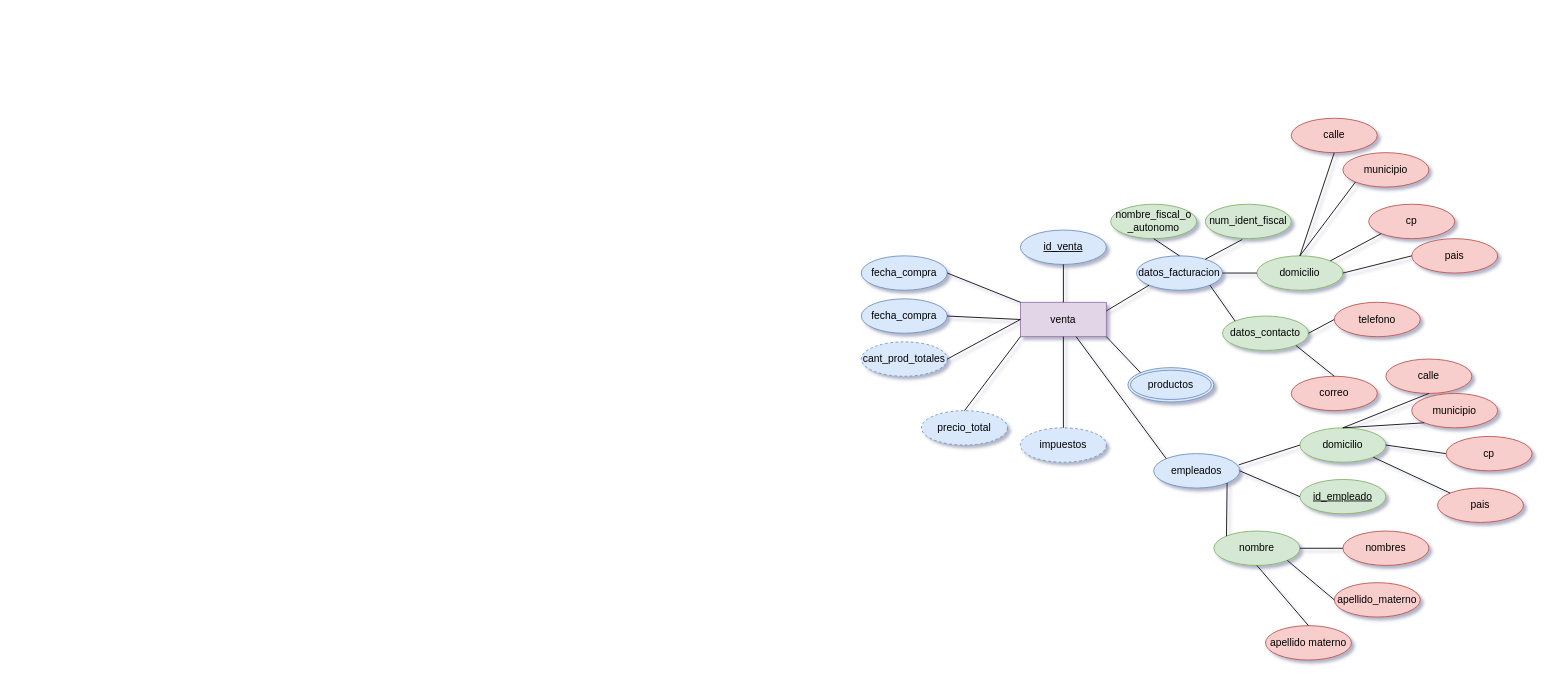
This is chen sistema venta de libros.drawio from axelrodriguez51/sistema_venta_libros, a draw.io file, before an edit. Source tidied: cells renumbered, new cells numbered last; positions are measured from the earlier drawing's top-left corner, leaving out a move shared by most shapes. Both pictures are drawn from the tidied source at 86%, with x=0, y=0 at pixel (861, 118).
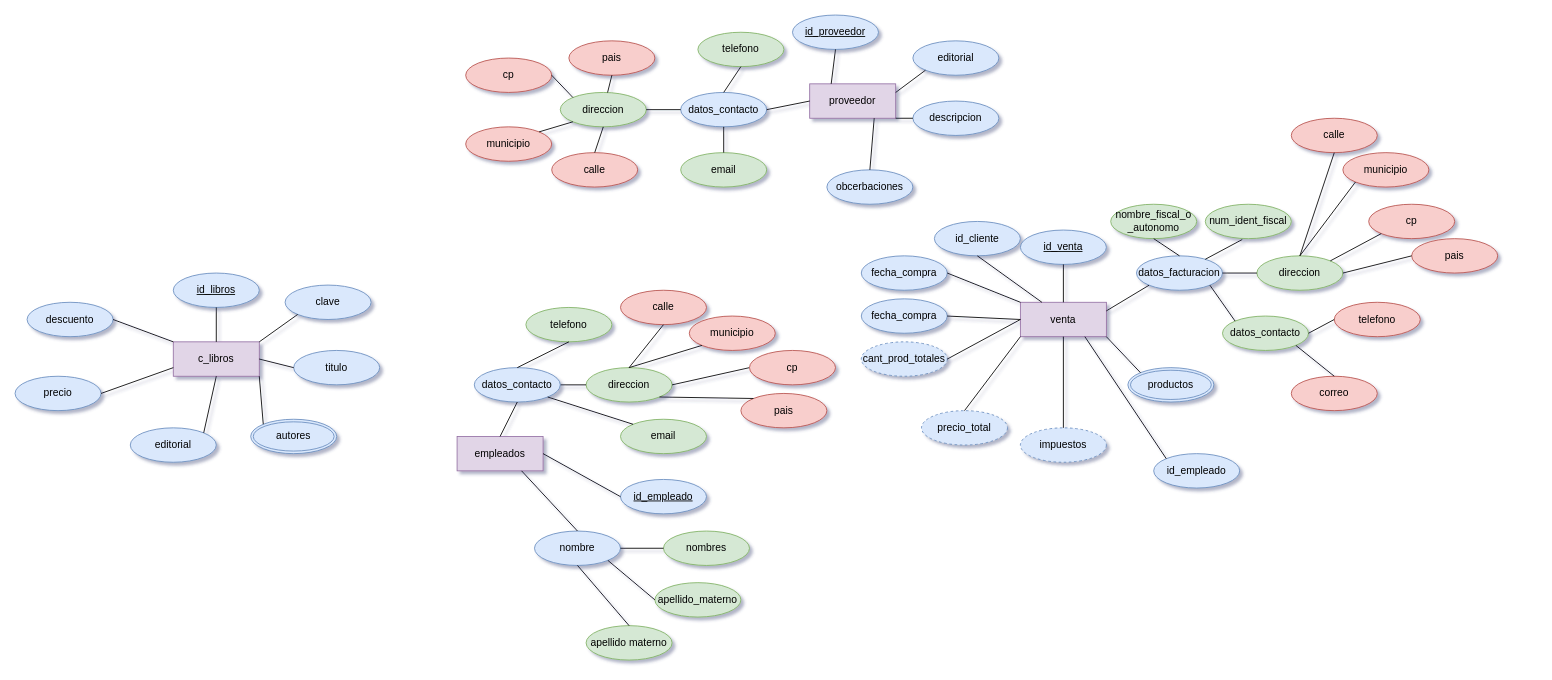
The same page after the edit.

Commit message (it also covers changes not shown here):
agregamos mas entidades

The change refers to these unchanged cells:
```xml
<mxCell id="2" value="venta" style="whiteSpace=wrap;html=1;align=center;fillColor=#e1d5e7;strokeColor=#9673a6;" parent="1" vertex="1">
  <mxGeometry x="185" y="214" width="100" height="40" as="geometry" />
</mxCell>
```

Diff of the diagram source:
```diff
@@
-    <mxCell id="11" value="domicilio" style="ellipse;whiteSpace=wrap;html=1;align=center;fillColor=#d5e8d4;strokeColor=#82b366;" parent="1" vertex="1">
+    <mxCell id="11" value="direccion" style="ellipse;whiteSpace=wrap;html=1;align=center;fillColor=#d5e8d4;strokeColor=#82b366;" parent="1" vertex="1">
       <mxGeometry x="460" y="160" width="100" height="40" as="geometry" />
     </mxCell>
@@
-    <mxCell id="39" value="empleados" style="ellipse;whiteSpace=wrap;html=1;align=center;fillColor=#dae8fc;strokeColor=#6c8ebf;" parent="1" vertex="1">
-      <mxGeometry x="340" y="390" width="100" height="40" as="geometry" />
-    </mxCell>
-    <mxCell id="40" style="endArrow=none;html=1;rounded=0;entryX=0;entryY=0;entryDx=0;entryDy=0;" parent="1" edge="1" source="2" target="39">
-      <mxGeometry relative="1" as="geometry" />
-    </mxCell>
-    <mxCell id="41" value="id_empleado" style="ellipse;whiteSpace=wrap;html=1;align=center;fontStyle=4;fillColor=#d5e8d4;strokeColor=#82b366;" parent="1" vertex="1">
-      <mxGeometry x="510" y="420" width="100" height="40" as="geometry" />
-    </mxCell>
+    <mxCell id="61" value="id_cliente" style="ellipse;whiteSpace=wrap;html=1;align=center;fillColor=#dae8fc;strokeColor=#6c8ebf;" parent="1" vertex="1">
+      <mxGeometry x="85" y="120" width="100" height="40" as="geometry" />
+    </mxCell>
+    <mxCell id="62" style="endArrow=none;html=1;rounded=0;exitX=0.5;exitY=1;exitDx=0;exitDy=0;entryX=0.25;entryY=0;entryDx=0;entryDy=0;" parent="1" edge="1" source="61" target="2">
+      <mxGeometry relative="1" as="geometry" />
+    </mxCell>
+    <mxCell id="63" value="id_empleado" style="ellipse;whiteSpace=wrap;html=1;align=center;fillColor=#dae8fc;strokeColor=#6c8ebf;" parent="1" vertex="1">
+      <mxGeometry x="340" y="390" width="100" height="40" as="geometry" />
+    </mxCell>
+    <mxCell id="64" style="endArrow=none;html=1;rounded=0;exitX=0.75;exitY=1;exitDx=0;exitDy=0;entryX=0;entryY=0;entryDx=0;entryDy=0;" parent="1" edge="1" source="2" target="63">
+      <mxGeometry relative="1" as="geometry" />
+    </mxCell>
+    <mxCell id="65" value="id_empleado" style="ellipse;whiteSpace=wrap;html=1;align=center;fontStyle=4;fillColor=#dae8fc;strokeColor=#6c8ebf;" parent="1" vertex="1">
+      <mxGeometry x="-280" y="420" width="100" height="40" as="geometry" />
+    </mxCell>
-    <mxCell id="42" value="nombre" style="ellipse;whiteSpace=wrap;html=1;align=center;fillColor=#d5e8d4;strokeColor=#82b366;" parent="1" vertex="1">
-      <mxGeometry x="410" y="480" width="100" height="40" as="geometry" />
+    <mxCell id="42" value="nombre" style="ellipse;whiteSpace=wrap;html=1;align=center;fillColor=#dae8fc;strokeColor=#6c8ebf;" parent="1" vertex="1">
+      <mxGeometry x="-380" y="480" width="100" height="40" as="geometry" />
     </mxCell>
-    <mxCell id="43" value="nombres" style="ellipse;whiteSpace=wrap;html=1;align=center;fillColor=#f8cecc;strokeColor=#b85450;" parent="1" vertex="1">
-      <mxGeometry x="560" y="480" width="100" height="40" as="geometry" />
+    <mxCell id="43" value="nombres" style="ellipse;whiteSpace=wrap;html=1;align=center;fillColor=#d5e8d4;strokeColor=#82b366;" parent="1" vertex="1">
+      <mxGeometry x="-230" y="480" width="100" height="40" as="geometry" />
     </mxCell>
-    <mxCell id="44" value="apellido_materno" style="ellipse;whiteSpace=wrap;html=1;align=center;fillColor=#f8cecc;strokeColor=#b85450;" parent="1" vertex="1">
-      <mxGeometry x="550" y="540" width="100" height="40" as="geometry" />
+    <mxCell id="44" value="apellido_materno" style="ellipse;whiteSpace=wrap;html=1;align=center;fillColor=#d5e8d4;strokeColor=#82b366;" parent="1" vertex="1">
+      <mxGeometry x="-240" y="540" width="100" height="40" as="geometry" />
     </mxCell>
-    <mxCell id="45" value="apellido materno" style="ellipse;whiteSpace=wrap;html=1;align=center;fillColor=#f8cecc;strokeColor=#b85450;" parent="1" vertex="1">
-      <mxGeometry x="470" y="590" width="100" height="40" as="geometry" />
+    <mxCell id="45" value="apellido materno" style="ellipse;whiteSpace=wrap;html=1;align=center;fillColor=#d5e8d4;strokeColor=#82b366;" parent="1" vertex="1">
+      <mxGeometry x="-320" y="590" width="100" height="40" as="geometry" />
     </mxCell>
@@
+    <mxCell id="66" value="pais" style="ellipse;whiteSpace=wrap;html=1;align=center;fillColor=#f8cecc;strokeColor=#b85450;" parent="1" vertex="1">
+      <mxGeometry x="-140" y="320" width="100" height="40" as="geometry" />
+    </mxCell>
+    <mxCell id="67" value="municipio" style="ellipse;whiteSpace=wrap;html=1;align=center;fillColor=#f8cecc;strokeColor=#b85450;" parent="1" vertex="1">
+      <mxGeometry x="-200" y="230" width="100" height="40" as="geometry" />
+    </mxCell>
+    <mxCell id="68" value="calle" style="ellipse;whiteSpace=wrap;html=1;align=center;fillColor=#f8cecc;strokeColor=#b85450;" parent="1" vertex="1">
+      <mxGeometry x="-280" y="200" width="100" height="40" as="geometry" />
+    </mxCell>
+    <mxCell id="69" value="direccion" style="ellipse;whiteSpace=wrap;html=1;align=center;fillColor=#d5e8d4;strokeColor=#82b366;" parent="1" vertex="1">
+      <mxGeometry x="-320" y="290" width="100" height="40" as="geometry" />
+    </mxCell>
+    <mxCell id="70" style="endArrow=none;html=1;rounded=0;exitX=0.5;exitY=1;exitDx=0;exitDy=0;entryX=0.5;entryY=0;entryDx=0;entryDy=0;" parent="1" edge="1" source="68" target="69">
+      <mxGeometry relative="1" as="geometry" />
+    </mxCell>
+    <mxCell id="71" style="endArrow=none;html=1;rounded=0;exitX=0;exitY=1;exitDx=0;exitDy=0;entryX=0.5;entryY=0;entryDx=0;entryDy=0;" parent="1" edge="1" source="67" target="69">
+      <mxGeometry relative="1" as="geometry" />
+    </mxCell>
+    <mxCell id="72" style="endArrow=none;html=1;rounded=0;exitX=0;exitY=0.5;exitDx=0;exitDy=0;entryX=1;entryY=0.5;entryDx=0;entryDy=0;" parent="1" edge="1" source="73" target="69">
+      <mxGeometry relative="1" as="geometry" />
+    </mxCell>
+    <mxCell id="73" value="cp" style="ellipse;whiteSpace=wrap;html=1;align=center;fillColor=#f8cecc;strokeColor=#b85450;" parent="1" vertex="1">
+      <mxGeometry x="-130" y="270" width="100" height="40" as="geometry" />
+    </mxCell>
+    <mxCell id="74" style="endArrow=none;html=1;rounded=0;entryX=0;entryY=0;entryDx=0;entryDy=0;exitX=1;exitY=1;exitDx=0;exitDy=0;" parent="1" edge="1" source="69" target="66">
+      <mxGeometry relative="1" as="geometry" />
+    </mxCell>
+    <mxCell id="39" value="empleados" style="whiteSpace=wrap;html=1;align=center;fillColor=#e1d5e7;strokeColor=#9673a6;" parent="1" vertex="1">
+      <mxGeometry x="-470" y="370" width="100" height="40" as="geometry" />
+    </mxCell>
+    <mxCell id="75" style="endArrow=none;html=1;rounded=0;exitX=1;exitY=0.5;exitDx=0;exitDy=0;entryX=0;entryY=0.5;entryDx=0;entryDy=0;" parent="1" edge="1" source="89" target="69">
+      <mxGeometry relative="1" as="geometry" />
+    </mxCell>
+    <mxCell id="76" style="endArrow=none;html=1;rounded=0;exitX=1;exitY=0.5;exitDx=0;exitDy=0;entryX=0;entryY=0.5;entryDx=0;entryDy=0;" parent="1" edge="1" source="39" target="65">
+      <mxGeometry relative="1" as="geometry" />
+    </mxCell>
-    <mxCell id="49" style="endArrow=none;html=1;rounded=0;entryX=0;entryY=0;entryDx=0;entryDy=0;exitX=1;exitY=1;exitDx=0;exitDy=0;" parent="1" edge="1" source="39" target="42">
+    <mxCell id="49" style="endArrow=none;html=1;rounded=0;exitX=0.75;exitY=1;exitDx=0;exitDy=0;entryX=0.5;entryY=0;entryDx=0;entryDy=0;" parent="1" edge="1" source="39" target="42">
       <mxGeometry relative="1" as="geometry" />
     </mxCell>
-    <mxCell id="50" style="endArrow=none;html=1;rounded=0;entryX=0;entryY=0.5;entryDx=0;entryDy=0;exitX=1;exitY=0.5;exitDx=0;exitDy=0;" parent="1" edge="1" source="39" target="41">
-      <mxGeometry relative="1" as="geometry" />
-    </mxCell>
-    <mxCell id="51" value="pais" style="ellipse;whiteSpace=wrap;html=1;align=center;fillColor=#f8cecc;strokeColor=#b85450;" parent="1" vertex="1">
-      <mxGeometry x="670" y="430" width="100" height="40" as="geometry" />
-    </mxCell>
-    <mxCell id="52" value="municipio" style="ellipse;whiteSpace=wrap;html=1;align=center;fillColor=#f8cecc;strokeColor=#b85450;" parent="1" vertex="1">
-      <mxGeometry x="640" y="320" width="100" height="40" as="geometry" />
-    </mxCell>
-    <mxCell id="53" value="calle" style="ellipse;whiteSpace=wrap;html=1;align=center;fillColor=#f8cecc;strokeColor=#b85450;" parent="1" vertex="1">
-      <mxGeometry x="610" y="280" width="100" height="40" as="geometry" />
-    </mxCell>
-    <mxCell id="54" value="domicilio" style="ellipse;whiteSpace=wrap;html=1;align=center;fillColor=#d5e8d4;strokeColor=#82b366;" parent="1" vertex="1">
-      <mxGeometry x="510" y="360" width="100" height="40" as="geometry" />
-    </mxCell>
-    <mxCell id="55" style="endArrow=none;html=1;rounded=0;exitX=0.5;exitY=1;exitDx=0;exitDy=0;entryX=0.5;entryY=0;entryDx=0;entryDy=0;" parent="1" edge="1" source="53" target="54">
-      <mxGeometry relative="1" as="geometry" />
-    </mxCell>
-    <mxCell id="56" style="endArrow=none;html=1;rounded=0;exitX=0;exitY=1;exitDx=0;exitDy=0;entryX=0.5;entryY=0;entryDx=0;entryDy=0;" parent="1" edge="1" source="52" target="54">
-      <mxGeometry relative="1" as="geometry" />
-    </mxCell>
-    <mxCell id="57" style="endArrow=none;html=1;rounded=0;exitX=0;exitY=0.5;exitDx=0;exitDy=0;entryX=1;entryY=0.5;entryDx=0;entryDy=0;" parent="1" edge="1" source="59" target="54">
-      <mxGeometry relative="1" as="geometry" />
-    </mxCell>
-    <mxCell id="58" style="endArrow=none;html=1;rounded=0;entryX=0;entryY=0.5;entryDx=0;entryDy=0;exitX=0.99;exitY=0.325;exitDx=0;exitDy=0;exitPerimeter=0;" parent="1" edge="1" source="39" target="54">
-      <mxGeometry relative="1" as="geometry" />
-    </mxCell>
-    <mxCell id="59" value="cp" style="ellipse;whiteSpace=wrap;html=1;align=center;fillColor=#f8cecc;strokeColor=#b85450;" parent="1" vertex="1">
-      <mxGeometry x="680" y="370" width="100" height="40" as="geometry" />
-    </mxCell>
-    <mxCell id="60" style="endArrow=none;html=1;rounded=0;entryX=0;entryY=0;entryDx=0;entryDy=0;exitX=1;exitY=1;exitDx=0;exitDy=0;" parent="1" edge="1" source="54" target="51">
-      <mxGeometry relative="1" as="geometry" />
-    </mxCell>
+    <mxCell id="77" value="proveedor" style="whiteSpace=wrap;html=1;align=center;fillColor=#e1d5e7;strokeColor=#9673a6;" parent="1" vertex="1">
+      <mxGeometry x="-60" y="-40" width="100" height="40" as="geometry" />
+    </mxCell>
+    <mxCell id="78" value="id_proveedor" style="ellipse;whiteSpace=wrap;html=1;align=center;fontStyle=4;fillColor=#dae8fc;strokeColor=#6c8ebf;" parent="1" vertex="1">
+      <mxGeometry x="-80" y="-120" width="100" height="40" as="geometry" />
+    </mxCell>
+    <mxCell id="79" value="editorial" style="ellipse;whiteSpace=wrap;html=1;align=center;fillColor=#dae8fc;strokeColor=#6c8ebf;" parent="1" vertex="1">
+      <mxGeometry x="60" y="-90" width="100" height="40" as="geometry" />
+    </mxCell>
+    <mxCell id="80" value="descripcion" style="ellipse;whiteSpace=wrap;html=1;align=center;fillColor=#dae8fc;strokeColor=#6c8ebf;" parent="1" vertex="1">
+      <mxGeometry x="60" y="-20" width="100" height="40" as="geometry" />
+    </mxCell>
+    <mxCell id="81" value="obcerbaciones" style="ellipse;whiteSpace=wrap;html=1;align=center;fillColor=#dae8fc;strokeColor=#6c8ebf;" parent="1" vertex="1">
+      <mxGeometry x="-40" y="60" width="100" height="40" as="geometry" />
+    </mxCell>
+    <mxCell id="82" style="endArrow=none;html=1;rounded=0;entryX=0.5;entryY=1;entryDx=0;entryDy=0;exitX=0.25;exitY=0;exitDx=0;exitDy=0;" parent="1" edge="1" source="77" target="78">
+      <mxGeometry relative="1" as="geometry" />
+    </mxCell>
+    <mxCell id="83" style="endArrow=none;html=1;rounded=0;entryX=0;entryY=1;entryDx=0;entryDy=0;exitX=1;exitY=0.25;exitDx=0;exitDy=0;" parent="1" edge="1" source="77" target="79">
+      <mxGeometry relative="1" as="geometry" />
+    </mxCell>
+    <mxCell id="84" style="endArrow=none;html=1;rounded=0;entryX=0;entryY=0.5;entryDx=0;entryDy=0;exitX=1;exitY=1;exitDx=0;exitDy=0;" parent="1" edge="1" source="77" target="80">
+      <mxGeometry relative="1" as="geometry" />
+    </mxCell>
+    <mxCell id="85" style="endArrow=none;html=1;rounded=0;exitX=0.75;exitY=1;exitDx=0;exitDy=0;entryX=0.5;entryY=0;entryDx=0;entryDy=0;" parent="1" edge="1" source="77" target="81">
+      <mxGeometry relative="1" as="geometry" />
+    </mxCell>
+    <mxCell id="86" value="datos_contacto" style="ellipse;whiteSpace=wrap;html=1;align=center;fillColor=#dae8fc;strokeColor=#6c8ebf;" parent="1" vertex="1">
+      <mxGeometry x="-210" y="-30" width="100" height="40" as="geometry" />
+    </mxCell>
+    <mxCell id="87" value="email" style="ellipse;whiteSpace=wrap;html=1;align=center;fillColor=#d5e8d4;strokeColor=#82b366;" parent="1" vertex="1">
+      <mxGeometry x="-210" y="40" width="100" height="40" as="geometry" />
+    </mxCell>
+    <mxCell id="88" value="telefono" style="ellipse;whiteSpace=wrap;html=1;align=center;fillColor=#d5e8d4;strokeColor=#82b366;" parent="1" vertex="1">
+      <mxGeometry x="-190" y="-100" width="100" height="40" as="geometry" />
+    </mxCell>
+    <mxCell id="89" value="datos_contacto" style="ellipse;whiteSpace=wrap;html=1;align=center;fillColor=#dae8fc;strokeColor=#6c8ebf;" parent="1" vertex="1">
+      <mxGeometry x="-450" y="290" width="100" height="40" as="geometry" />
+    </mxCell>
+    <mxCell id="90" style="endArrow=none;html=1;rounded=0;exitX=0.5;exitY=0;exitDx=0;exitDy=0;entryX=0.5;entryY=1;entryDx=0;entryDy=0;" parent="1" edge="1" source="39" target="89">
+      <mxGeometry relative="1" as="geometry" />
+    </mxCell>
+    <mxCell id="91" value="telefono" style="ellipse;whiteSpace=wrap;html=1;align=center;fillColor=#d5e8d4;strokeColor=#82b366;" parent="1" vertex="1">
+      <mxGeometry x="-390" y="220" width="100" height="40" as="geometry" />
+    </mxCell>
+    <mxCell id="92" value="email" style="ellipse;whiteSpace=wrap;html=1;align=center;fillColor=#d5e8d4;strokeColor=#82b366;" parent="1" vertex="1">
+      <mxGeometry x="-280" y="350" width="100" height="40" as="geometry" />
+    </mxCell>
+    <mxCell id="93" style="endArrow=none;html=1;rounded=0;exitX=0.5;exitY=0;exitDx=0;exitDy=0;entryX=0.5;entryY=1;entryDx=0;entryDy=0;" parent="1" edge="1" source="89" target="91">
+      <mxGeometry relative="1" as="geometry" />
+    </mxCell>
+    <mxCell id="94" style="endArrow=none;html=1;rounded=0;entryX=0;entryY=0;entryDx=0;entryDy=0;exitX=1;exitY=1;exitDx=0;exitDy=0;" parent="1" edge="1" source="89" target="92">
+      <mxGeometry relative="1" as="geometry" />
+    </mxCell>
+    <mxCell id="95" style="endArrow=none;html=1;rounded=0;entryX=0.5;entryY=0;entryDx=0;entryDy=0;exitX=0.5;exitY=1;exitDx=0;exitDy=0;" parent="1" edge="1" source="88" target="86">
+      <mxGeometry relative="1" as="geometry" />
+    </mxCell>
+    <mxCell id="96" style="endArrow=none;html=1;rounded=0;entryX=0;entryY=0.5;entryDx=0;entryDy=0;exitX=1;exitY=0.5;exitDx=0;exitDy=0;" parent="1" edge="1" source="86" target="77">
+      <mxGeometry relative="1" as="geometry" />
+    </mxCell>
+    <mxCell id="97" style="endArrow=none;html=1;rounded=0;exitX=0.5;exitY=1;exitDx=0;exitDy=0;entryX=0.5;entryY=0;entryDx=0;entryDy=0;" parent="1" edge="1" source="86" target="87">
+      <mxGeometry relative="1" as="geometry" />
+    </mxCell>
+    <mxCell id="98" value="direccion" style="ellipse;whiteSpace=wrap;html=1;align=center;fillColor=#d5e8d4;strokeColor=#82b366;" parent="1" vertex="1">
+      <mxGeometry x="-350" y="-30" width="100" height="40" as="geometry" />
+    </mxCell>
+    <mxCell id="99" value="calle" style="ellipse;whiteSpace=wrap;html=1;align=center;fillColor=#f8cecc;strokeColor=#b85450;" parent="1" vertex="1">
+      <mxGeometry x="-360" y="40" width="100" height="40" as="geometry" />
+    </mxCell>
+    <mxCell id="100" value="municipio" style="ellipse;whiteSpace=wrap;html=1;align=center;fillColor=#f8cecc;strokeColor=#b85450;" parent="1" vertex="1">
+      <mxGeometry x="-460" y="10" width="100" height="40" as="geometry" />
+    </mxCell>
+    <mxCell id="101" value="cp" style="ellipse;whiteSpace=wrap;html=1;align=center;fillColor=#f8cecc;strokeColor=#b85450;" parent="1" vertex="1">
+      <mxGeometry x="-460" y="-70" width="100" height="40" as="geometry" />
+    </mxCell>
+    <mxCell id="102" value="pais" style="ellipse;whiteSpace=wrap;html=1;align=center;fillColor=#f8cecc;strokeColor=#b85450;" parent="1" vertex="1">
+      <mxGeometry x="-340" y="-90" width="100" height="40" as="geometry" />
+    </mxCell>
+    <mxCell id="103" style="endArrow=none;html=1;rounded=0;entryX=0.5;entryY=1;entryDx=0;entryDy=0;exitX=0.5;exitY=0;exitDx=0;exitDy=0;" parent="1" edge="1" source="99" target="98">
+      <mxGeometry relative="1" as="geometry" />
+    </mxCell>
+    <mxCell id="104" style="endArrow=none;html=1;rounded=0;entryX=0;entryY=0.5;entryDx=0;entryDy=0;exitX=1;exitY=0.5;exitDx=0;exitDy=0;" parent="1" edge="1" source="98" target="86">
+      <mxGeometry relative="1" as="geometry" />
+    </mxCell>
+    <mxCell id="105" style="endArrow=none;html=1;rounded=0;entryX=0;entryY=1;entryDx=0;entryDy=0;exitX=1;exitY=0;exitDx=0;exitDy=0;" parent="1" edge="1" source="100" target="98">
+      <mxGeometry relative="1" as="geometry" />
+    </mxCell>
+    <mxCell id="106" style="endArrow=none;html=1;rounded=0;entryX=0;entryY=0;entryDx=0;entryDy=0;exitX=1;exitY=0.5;exitDx=0;exitDy=0;" parent="1" edge="1" source="101" target="98">
+      <mxGeometry relative="1" as="geometry" />
+    </mxCell>
+    <mxCell id="107" style="endArrow=none;html=1;rounded=0;entryX=0.5;entryY=1;entryDx=0;entryDy=0;" parent="1" edge="1" source="98" target="102">
+      <mxGeometry relative="1" as="geometry" />
+    </mxCell>
+    <mxCell id="108" value="c_libros" style="whiteSpace=wrap;html=1;align=center;fillColor=#e1d5e7;strokeColor=#9673a6;" parent="1" vertex="1">
+      <mxGeometry x="-800" y="260" width="100" height="40" as="geometry" />
+    </mxCell>
+    <mxCell id="109" value="id_libros" style="ellipse;whiteSpace=wrap;html=1;align=center;fontStyle=4;fillColor=#dae8fc;strokeColor=#6c8ebf;" parent="1" vertex="1">
+      <mxGeometry x="-800" y="180" width="100" height="40" as="geometry" />
+    </mxCell>
+    <mxCell id="110" value="clave" style="ellipse;whiteSpace=wrap;html=1;align=center;fillColor=#dae8fc;strokeColor=#6c8ebf;" parent="1" vertex="1">
+      <mxGeometry x="-670" y="194" width="100" height="40" as="geometry" />
+    </mxCell>
+    <mxCell id="111" value="titulo" style="ellipse;whiteSpace=wrap;html=1;align=center;fillColor=#dae8fc;strokeColor=#6c8ebf;" parent="1" vertex="1">
+      <mxGeometry x="-660" y="270" width="100" height="40" as="geometry" />
+    </mxCell>
+    <mxCell id="112" value="autores" style="ellipse;shape=doubleEllipse;margin=3;whiteSpace=wrap;html=1;align=center;fillColor=#dae8fc;strokeColor=#6c8ebf;" parent="1" vertex="1">
+      <mxGeometry x="-710" y="350" width="100" height="40" as="geometry" />
+    </mxCell>
+    <mxCell id="113" value="editorial" style="ellipse;whiteSpace=wrap;html=1;align=center;fillColor=#dae8fc;strokeColor=#6c8ebf;" parent="1" vertex="1">
+      <mxGeometry x="-850" y="360" width="100" height="40" as="geometry" />
+    </mxCell>
+    <mxCell id="114" value="precio" style="ellipse;whiteSpace=wrap;html=1;align=center;fillColor=#dae8fc;strokeColor=#6c8ebf;" parent="1" vertex="1">
+      <mxGeometry x="-984" y="300" width="100" height="40" as="geometry" />
+    </mxCell>
+    <mxCell id="115" value="descuento" style="ellipse;whiteSpace=wrap;html=1;align=center;fillColor=#dae8fc;strokeColor=#6c8ebf;" parent="1" vertex="1">
+      <mxGeometry x="-970" y="214" width="100" height="40" as="geometry" />
+    </mxCell>
+    <mxCell id="116" style="endArrow=none;html=1;rounded=0;exitX=0.5;exitY=1;exitDx=0;exitDy=0;entryX=0.5;entryY=0;entryDx=0;entryDy=0;" parent="1" edge="1" source="109" target="108">
+      <mxGeometry relative="1" as="geometry" />
+    </mxCell>
+    <mxCell id="117" style="endArrow=none;html=1;rounded=0;exitX=1;exitY=0;exitDx=0;exitDy=0;entryX=0;entryY=1;entryDx=0;entryDy=0;" parent="1" edge="1" source="108" target="110">
+      <mxGeometry relative="1" as="geometry" />
+    </mxCell>
+    <mxCell id="118" style="endArrow=none;html=1;rounded=0;entryX=0;entryY=0.5;entryDx=0;entryDy=0;exitX=1;exitY=0.5;exitDx=0;exitDy=0;" parent="1" edge="1" source="108" target="111">
+      <mxGeometry relative="1" as="geometry" />
+    </mxCell>
+    <mxCell id="119" style="endArrow=none;html=1;rounded=0;entryX=0;entryY=0;entryDx=0;entryDy=0;exitX=1;exitY=1;exitDx=0;exitDy=0;" parent="1" edge="1" source="108" target="112">
+      <mxGeometry relative="1" as="geometry" />
+    </mxCell>
+    <mxCell id="120" style="endArrow=none;html=1;rounded=0;exitX=0.5;exitY=1;exitDx=0;exitDy=0;entryX=1;entryY=0;entryDx=0;entryDy=0;" parent="1" edge="1" source="108" target="113">
+      <mxGeometry relative="1" as="geometry" />
+    </mxCell>
+    <mxCell id="121" style="endArrow=none;html=1;rounded=0;entryX=0;entryY=0.75;entryDx=0;entryDy=0;exitX=1;exitY=0.5;exitDx=0;exitDy=0;" parent="1" edge="1" source="114" target="108">
+      <mxGeometry relative="1" as="geometry" />
+    </mxCell>
+    <mxCell id="122" style="endArrow=none;html=1;rounded=0;entryX=0;entryY=0;entryDx=0;entryDy=0;exitX=1;exitY=0.5;exitDx=0;exitDy=0;" parent="1" edge="1" source="115" target="108">
+      <mxGeometry relative="1" as="geometry" />
+    </mxCell>
```
